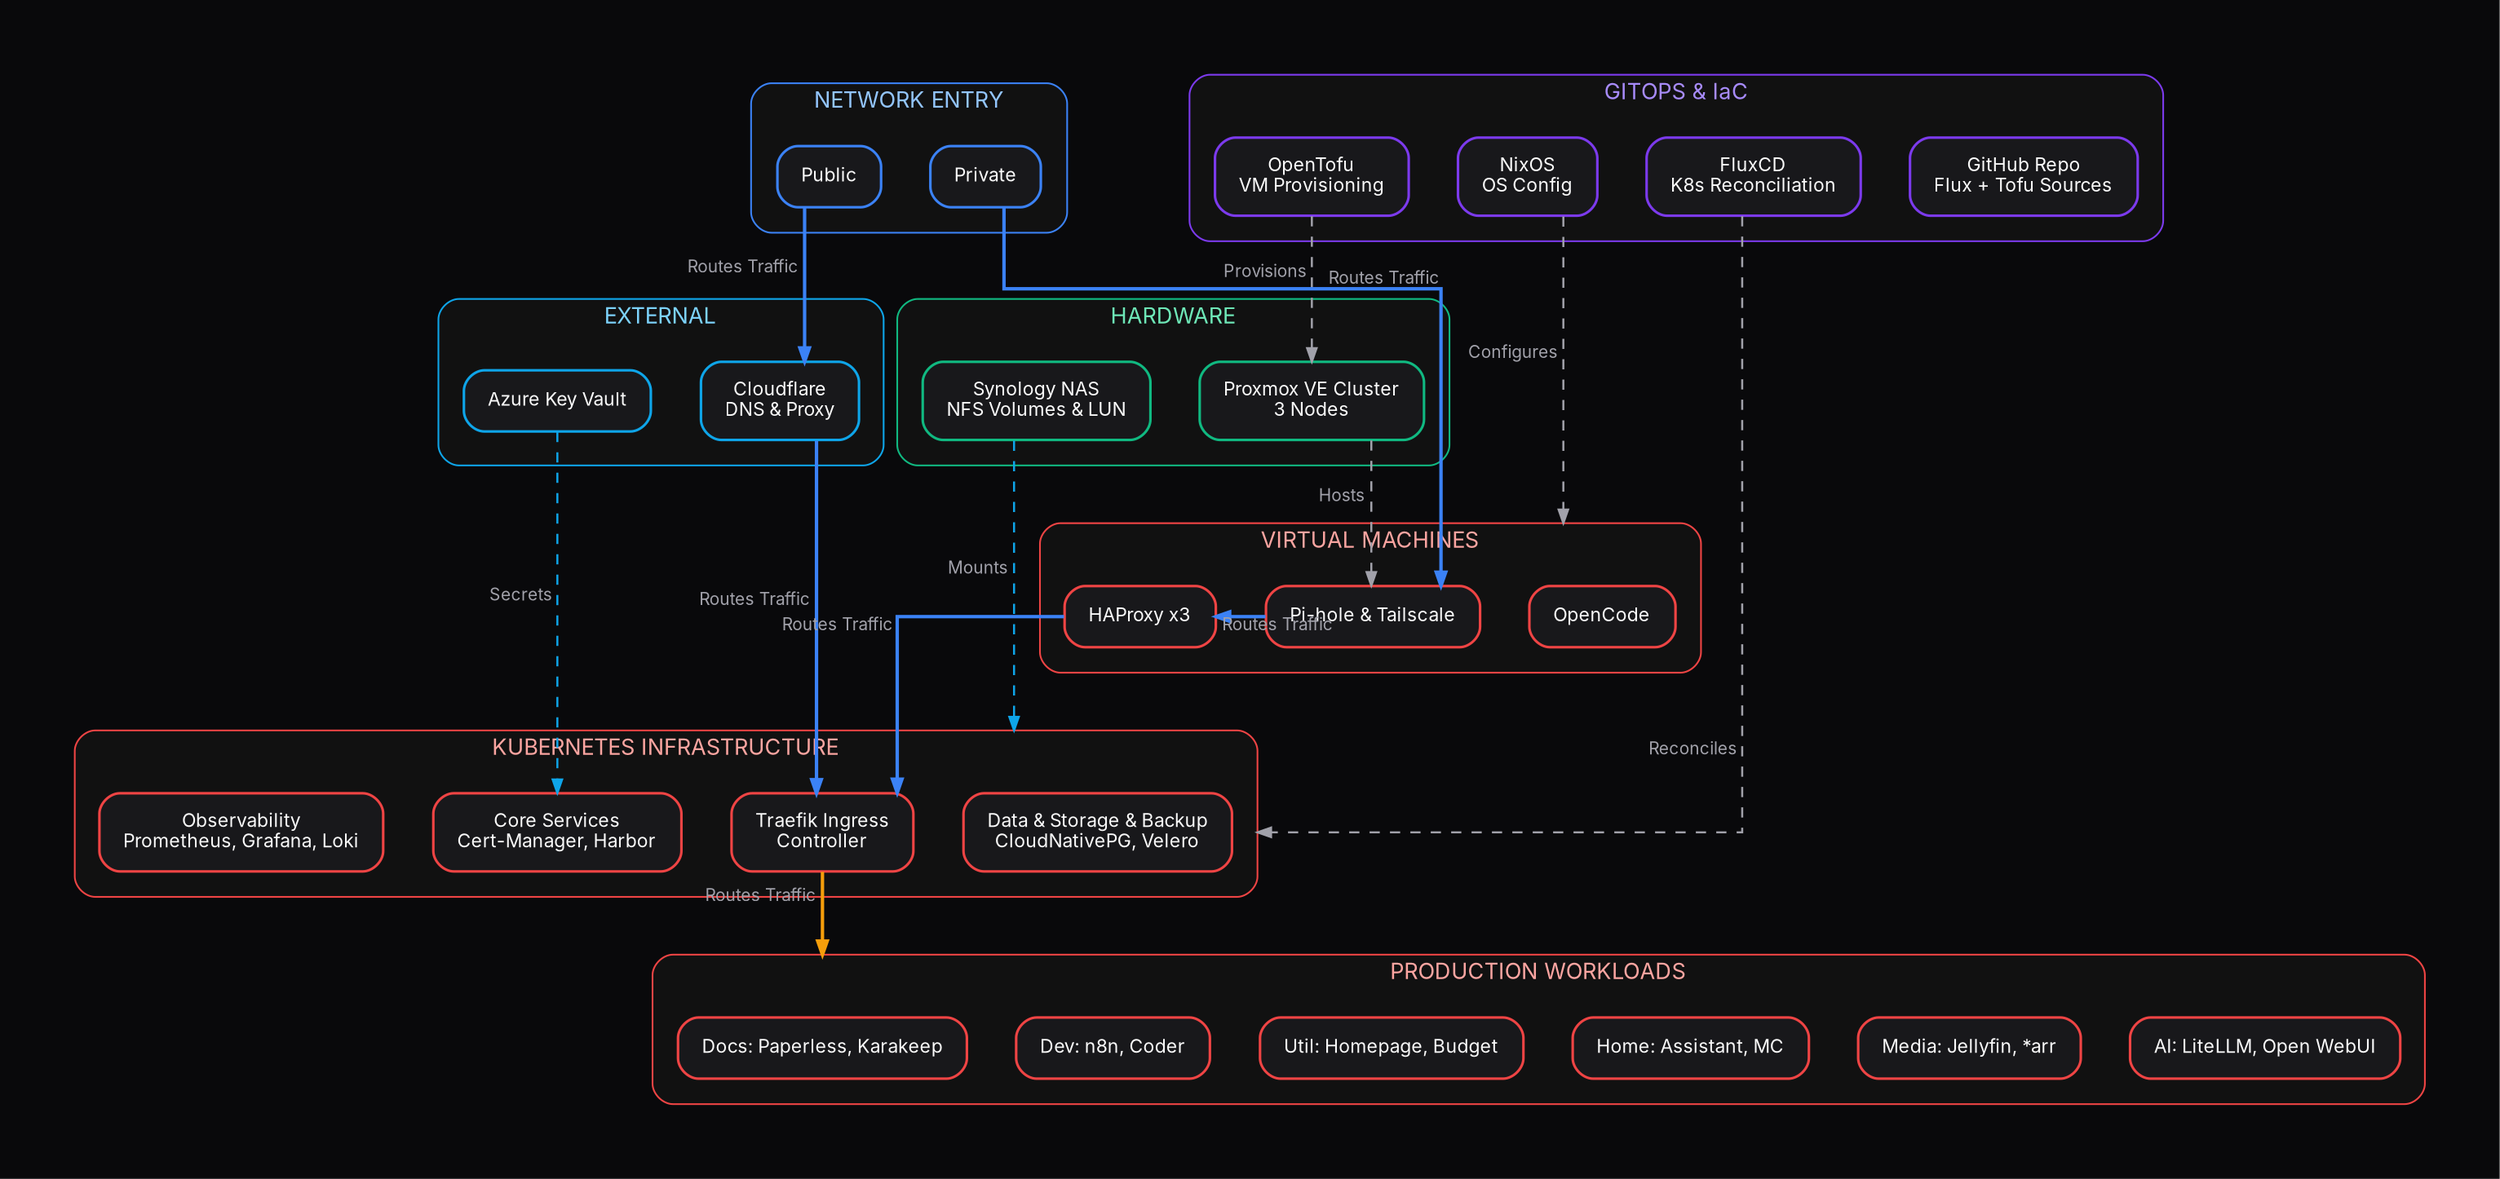
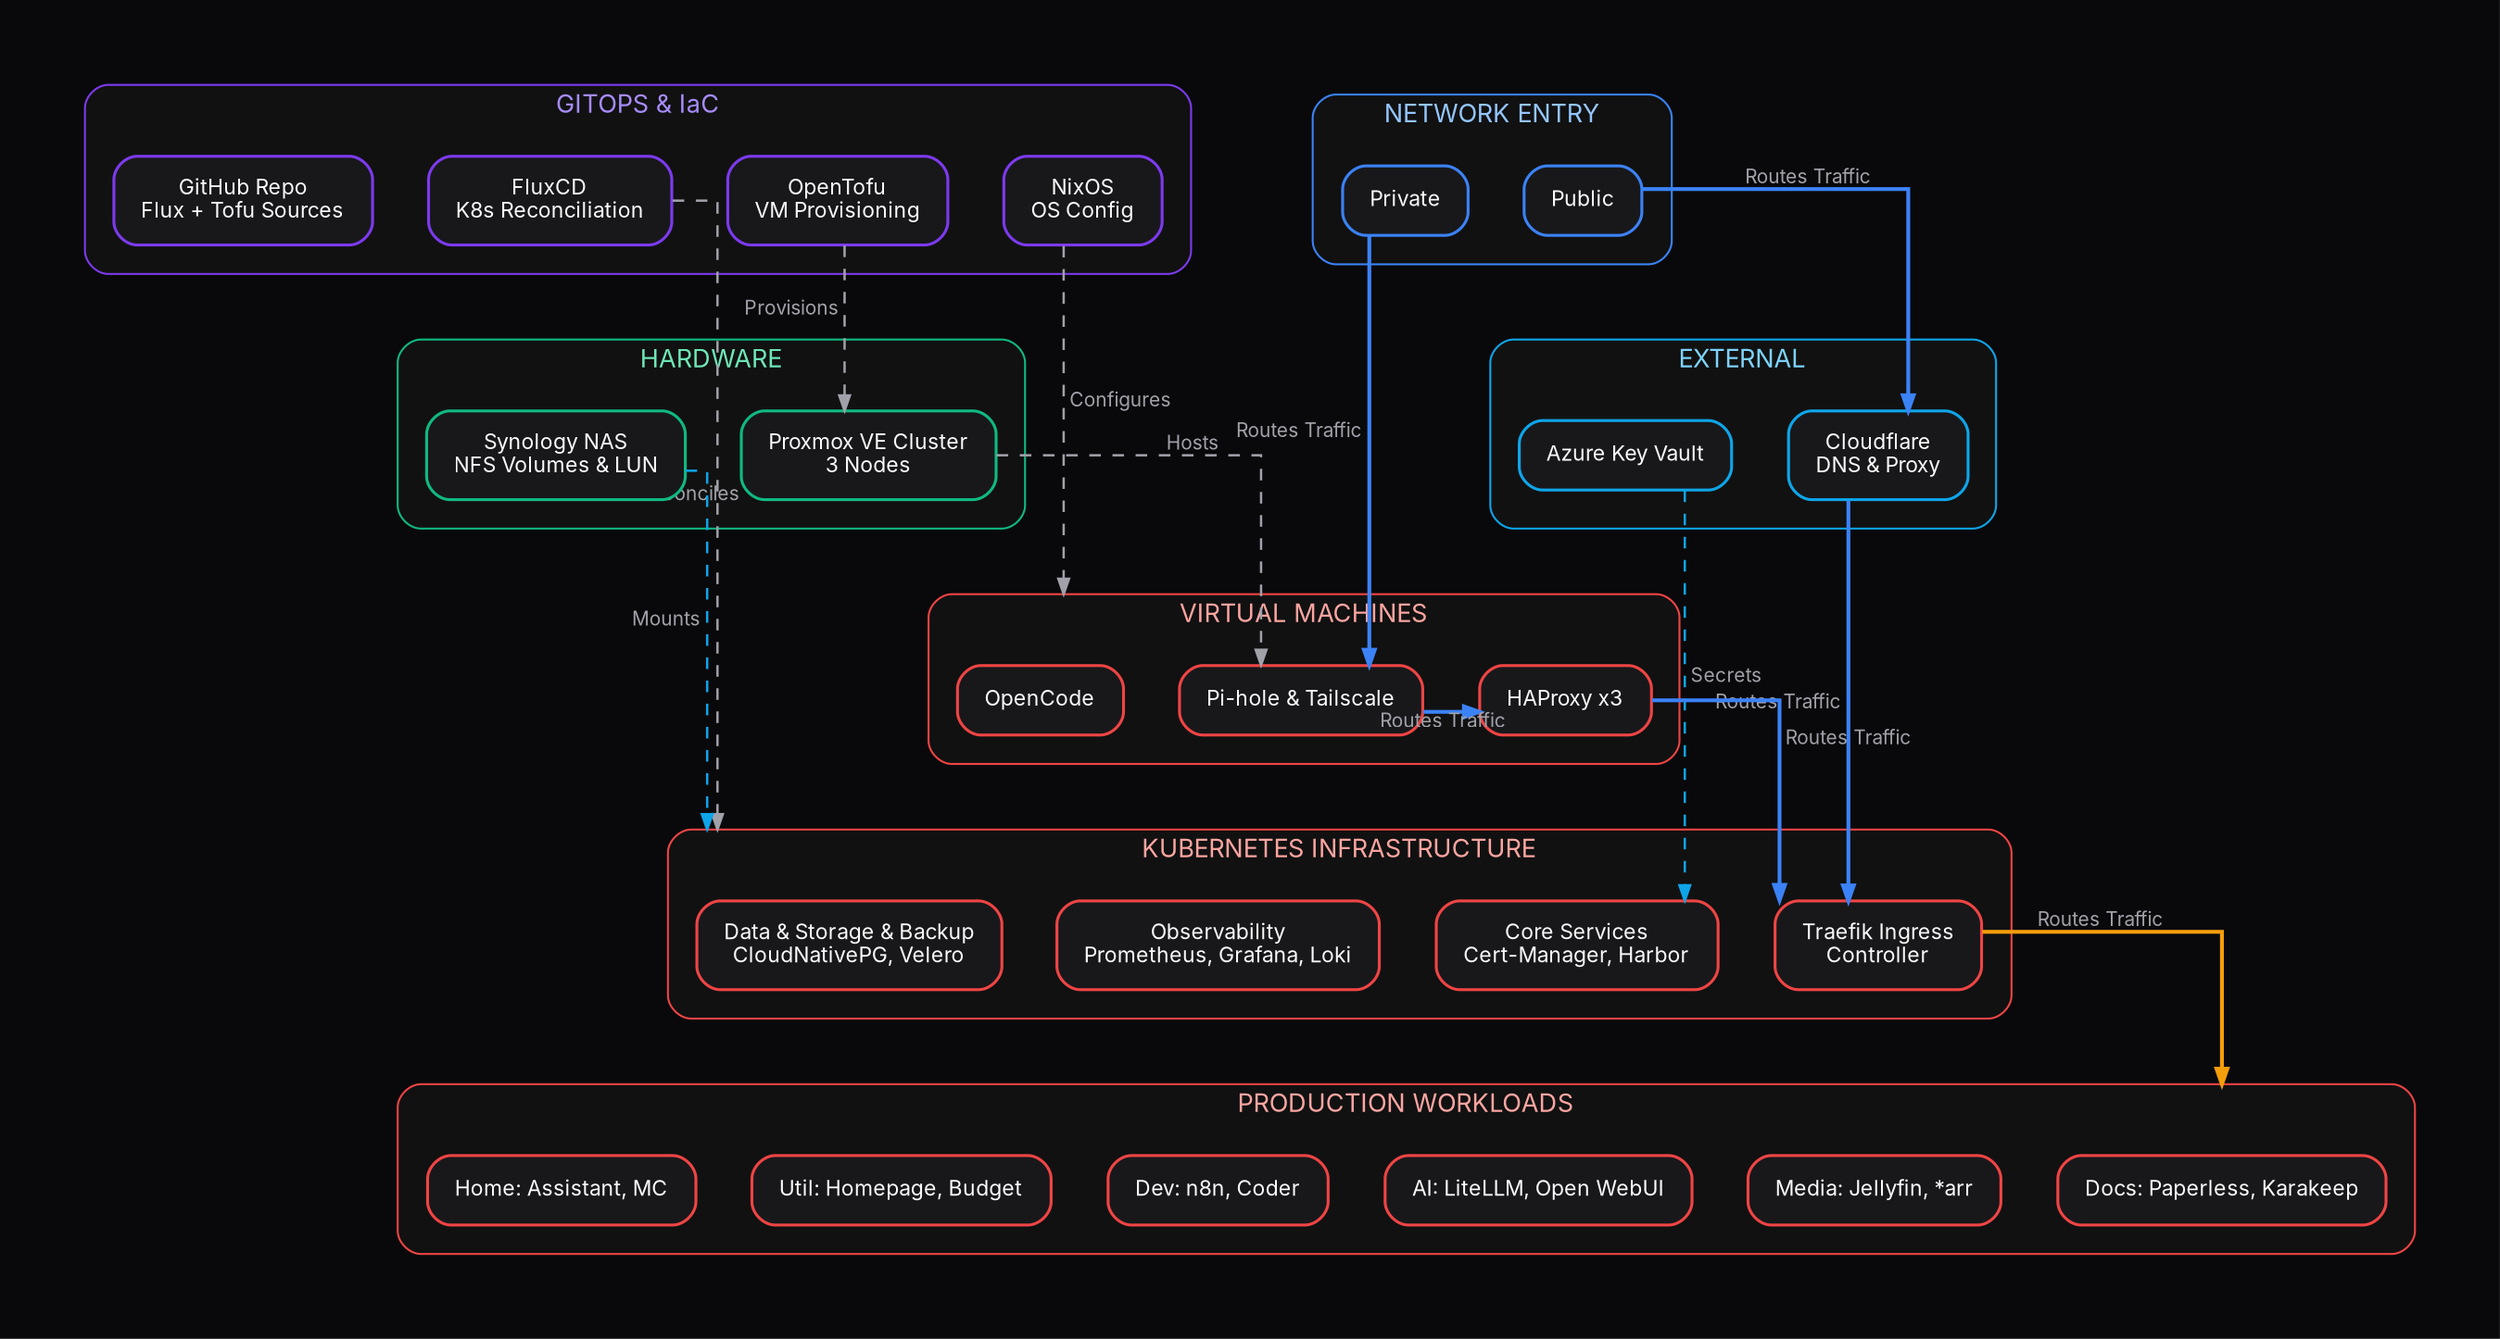
digraph homelab {
    graph [
        // newrank=true,
        rankdir=TB,
        compound=true,
        splines=ortho,
        pad=0.5,
        nodesep=0.4,
        ranksep=1.2,
        fontname="Inter, Helvetica, sans-serif",
        fontsize=16,
        bgcolor="#09090B"
    ];

    // Global Node Defaults
    node [
        shape=box,
        style="rounded,filled",
        fillcolor="#18181B",
        color="#3F3F46",
        fontcolor="#FAFAFA",
        fontname="Inter, Helvetica, sans-serif",
        fontsize=11,
        margin="0.2,0.15",
        penwidth=1.5
    ];

    // Global Edge Defaults
    edge [
        color="#52525B",
        fontcolor="#A1A1AA",
        fontname="Inter, Helvetica, sans-serif",
        fontsize=10,
        penwidth=1.2,
        arrowsize=0.8
    ];

    subgraph cluster_gitops {
        label="GITOPS & IaC";
        style="rounded,filled"; fillcolor="#111111"; color="#7C3AED"; fontcolor="#A78BFA";
        fontsize=13; margin=15;
        node [color="#7C3AED"];

        github [label="GitHub Repo\nFlux + Tofu Sources"];
        nixos  [label="NixOS\nOS Config"];
        tofu   [label="OpenTofu\nVM Provisioning"];
        flux   [label="FluxCD\nK8s Reconciliation"];

-         {rank=same; github; nixos; tofu; flux;}
+         // Enforce horizontal order to prevent crossing lines
+         {rank=same; github -> flux -> nixos -> tofu [style=invis]}
    }

    subgraph cluster_network {
        label="NETWORK ENTRY";
        style="rounded,filled"; fillcolor="#111111"; color="#3B82F6"; fontcolor="#93C5FD";
        fontsize=13; margin=15;
        node [color="#3B82F6"];

        public      [label="Public"];
        private     [label="Private"];

-         {rank=same; public; private}
+         {rank=same; public -> private [style=invis]}
    }

    subgraph cluster_external {
        label="EXTERNAL";
        style="rounded,filled"; fillcolor="#111111"; color="#0EA5E9"; fontcolor="#7DD3FC";
        fontsize=13; margin=15;
        node [color="#0EA5E9"];

        azure_kv [label="Azure Key Vault"];
        cloudflare  [label="Cloudflare\nDNS & Proxy"];

-         {rank=same; azure_kv; cloudflare;}
+         {rank=same; azure_kv -> cloudflare [style=invis]}
    }

    subgraph cluster_hardware {
        label="HARDWARE";
        style="rounded,filled"; fillcolor="#111111"; color="#10B981"; fontcolor="#6EE7B7";
        fontsize=13; margin=15;
        node [color="#10B981"];

        proxmox     [label="Proxmox VE Cluster\n3 Nodes"];
        syn_nas  [label="Synology NAS\nNFS Volumes & LUN"];

-         {rank=same; proxmox; syn_nas;}
+         {rank=same; syn_nas -> proxmox [style=invis]}
    }

    subgraph cluster_vm {
      label="VIRTUAL MACHINES";
      style="rounded,filled"; fillcolor="#111111"; color="#EF4444";
      fontcolor="#FCA5A1"; fontsize=13; margin=15;
      node [color="#EF4444"];

      haproxy     [label="HAProxy x3"];
      pihole      [label="Pi-hole & Tailscale"];
      opencode     [label="OpenCode"];

-       {rank=same; haproxy; pihole; opencode;}
+       {rank=same; haproxy -> pihole -> opencode [style=invis]}
    }

    subgraph cluster_infra {
        label="KUBERNETES INFRASTRUCTURE";
        style="rounded,filled"; fillcolor="#111111"; color="#EF4444"; fontcolor="#FCA5A1";
        fontsize=13; margin=15;
        node [color="#EF4444"];

        storage     [label="Data & Storage & Backup\nCloudNativePG, Velero"];
        platform    [label="Core Services\nCert-Manager, Harbor"];
        ingress     [label="Traefik Ingress\nController"];
        obs         [label="Observability\nPrometheus, Grafana, Loki"];

-         {rank=same; storage; platform; ingress; obs;}
+         {rank=same; platform -> ingress -> storage -> obs [style=invis]}
    }

    subgraph cluster_workloads {
        label="PRODUCTION WORKLOADS";
        style="rounded,filled"; fillcolor="#111111"; color="#EF4444"; fontcolor="#FCA5A1";
        fontsize=13; margin=15;
        node [color="#EF4444"];

        ai_apps   [label="AI: LiteLLM, Open WebUI", color="#EF4444"];
        media     [label="Media: Jellyfin, *arr", color="#EF4444"];
        docs      [label="Docs: Paperless, Karakeep", color="#EF4444"];
        utility   [label="Util: Homepage, Budget", color="#EF4444"];
        dev       [label="Dev: n8n, Coder", color="#EF4444"];
        home      [label="Home: Assistant, MC", color="#EF4444"];

-         {rank=same; ai_apps; media; docs; utility; dev; home;}
+         {rank=same; ai_apps -> media -> docs -> utility -> dev -> home [style=invis]}
    }

    // ==========================================
    // SYSTEM WIRING (Horizontal "Blueprints")
    // ==========================================

-     // Provisioning
-     tofu -> proxmox       [rhead=cluster_hardware, xlabel=" Provisions ", style=dashed, color="#A1A1AA"];
-     nixos -> opencode       [lhead=cluster_vm, xlabel=" Configures ", style=dashed, color="#A1A1AA"];
+     // Provisioning (Added weights to naturally pull GitOps to the right targets)
+     tofu -> proxmox       [rhead=cluster_hardware, xlabel=" Provisions ", style=dashed, color="#A1A1AA", weight=10];
+     nixos -> opencode     [lhead=cluster_vm, xlabel=" Configures ", style=dashed, color="#A1A1AA", weight=10];
    proxmox -> pihole      [rhead=cluster_vm, xlabel=" Hosts ", style=dashed, color="#A1A1AA"];
-     flux -> storage    [lhead=cluster_infra, xlabel=" Reconciles ", style=dashed, color="#A1A1AA"];
+     flux -> storage    [lhead=cluster_infra, xlabel=" Reconciles ", style=dashed, color="#A1A1AA", weight=10];

    // Data & Secrets
    azure_kv -> platform [xlabel=" Secrets ", style=dashed, color="#0EA5E9"];
    syn_nas -> storage   [lhead=cluster_infra, xlabel=" Mounts ", style=dashed, color="#0EA5E9"];

-     // Traffic Flow
-     public -> cloudflare -> ingress [color="#3B82F6", penwidth=2, xlabel=" Routes Traffic "];
-     private -> pihole -> haproxy -> ingress [color="#3B82F6", penwidth=2, xlabel=" Routes Traffic "];
-     ingress -> docs [lhead=cluster_workloads, color="#F59E0B", penwidth=2, xlabel=" Routes Traffic "];
+     // Traffic Flow (Added weight=10 to main flows to enforce straight vertical lines)
+     public -> cloudflare [color="#3B82F6", penwidth=2, xlabel=" Routes Traffic ", weight=10];
+     cloudflare -> ingress [color="#3B82F6", penwidth=2, xlabel=" Routes Traffic ", weight=10];
+     private -> pihole [color="#3B82F6", penwidth=2, xlabel=" Routes Traffic ", weight=5];
+     pihole -> haproxy [color="#3B82F6", penwidth=2, xlabel=" Routes Traffic "];
+     haproxy -> ingress [color="#3B82F6", penwidth=2, xlabel=" Routes Traffic "];
+     ingress -> docs [lhead=cluster_workloads, color="#F59E0B", penwidth=2, xlabel=" Routes Traffic ", weight=10];

    // ==========================================
-     // HIDDEN ANCHORS
+     // HIDDEN ANCHORS FOR BALANCED ALIGNMENT
    // ==========================================
-     // Layer 1: GITOPS & IaC + NETWORK ENTRY
-     // Layer 2: EXTERNAL + HARDWARE
-     // Layer 3: VIRTUAL MACHINES
-     // Layer 4: KUBERNETES INFRASTRUCTURE
-     edge [style=invis];
-     edge [weight=100];
-     proxmox -> haproxy -> storage -> docs;
-     public -> cloudflare -> pihole -> home;
-     private -> syn_nas;
+     // These vertical spines force the centers of the clusters to align beautifully
+     edge [style=invis, weight=100];
+ 
+     // Left Spine
+     azure_kv -> haproxy -> platform -> ai_apps;
+ 
+     // Center-Left Spine (Main Public Flow)
+     public -> cloudflare -> ingress -> docs;
+ 
+     // Center Spine (Main Private Flow)
+     private -> pihole -> storage -> utility;
+ 
+     // Center-Right Spine
+     syn_nas -> opencode -> obs -> dev;
+ 
+     // Right Spine
+     proxmox -> home;
}
